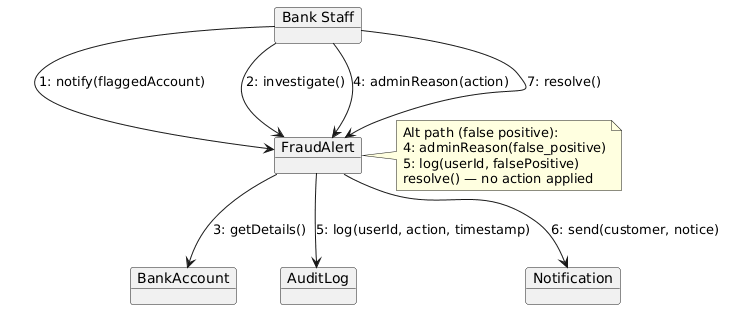
erindkotobelli12/BankManagementSystem keeps this PlantUML diagram as Diagrams/Collaboration Diagrams/BS_FD_01.png. Above is the earlier version.
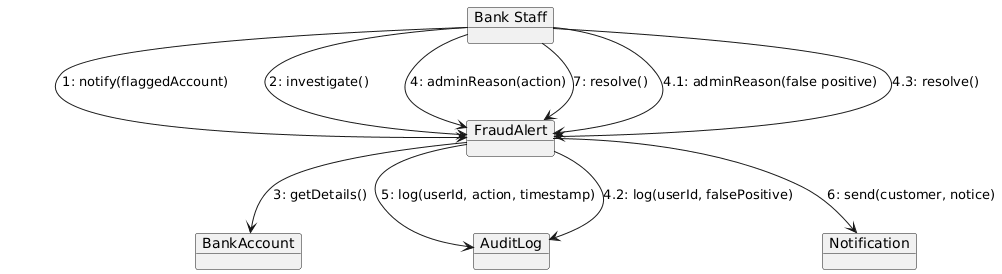
The same diagram one commit later.

What changed in the source:
```diff
@@ -1,6 +1,4 @@
 @startuml
-skinparam objectStyle rectangle
-
 object "Bank Staff" as BS
 object "FraudAlert" as FA
 object "BankAccount" as BA
@@ -12,13 +10,10 @@
 FA --> BA : 3: getDetails()
 BS --> FA : 4: adminReason(action)
 FA --> AL : 5: log(userId, action, timestamp)
-FA --> N  : 6: send(customer, notice)
+FA --> N : 6: send(customer, notice)
 BS --> FA : 7: resolve()
 
-note right of FA #lightyellow
-  Alt path (false positive):
-  4: adminReason(false_positive)
-  5: log(userId, falsePositive)
-  resolve() — no action applied
-end note
+BS --> FA : 4.1: adminReason(false positive)
+FA --> AL : 4.2: log(userId, falsePositive)
+BS --> FA : 4.3: resolve()
 @enduml
```
